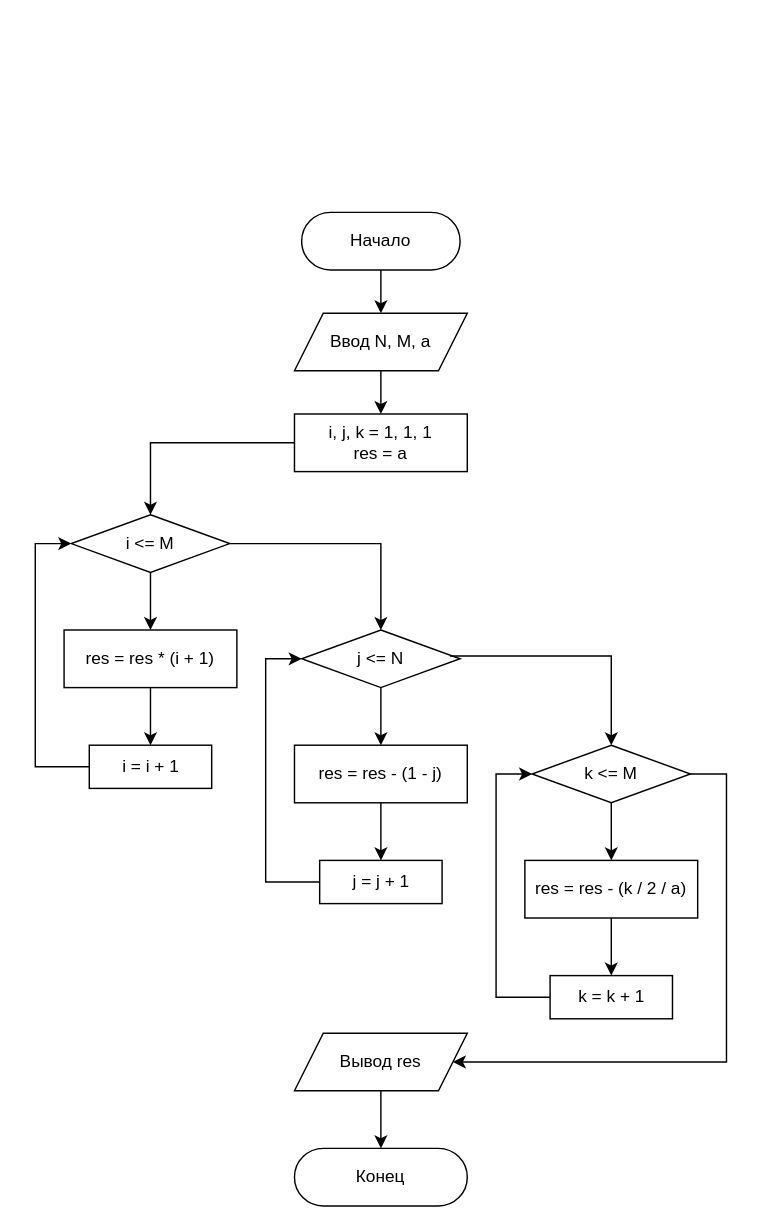
The draw.io diagram Semester-2/Программирование (15)/Отчёты/3.1-for.drawio in JustyDev/University, before the edit. Source tidied: cells renumbered, new cells numbered last; positions are measured from the earlier drawing's top-left corner, leaving out a move shared by most shapes. Both pictures are drawn from the tidied source at 144%, with x=0, y=0 at pixel (35, 212).
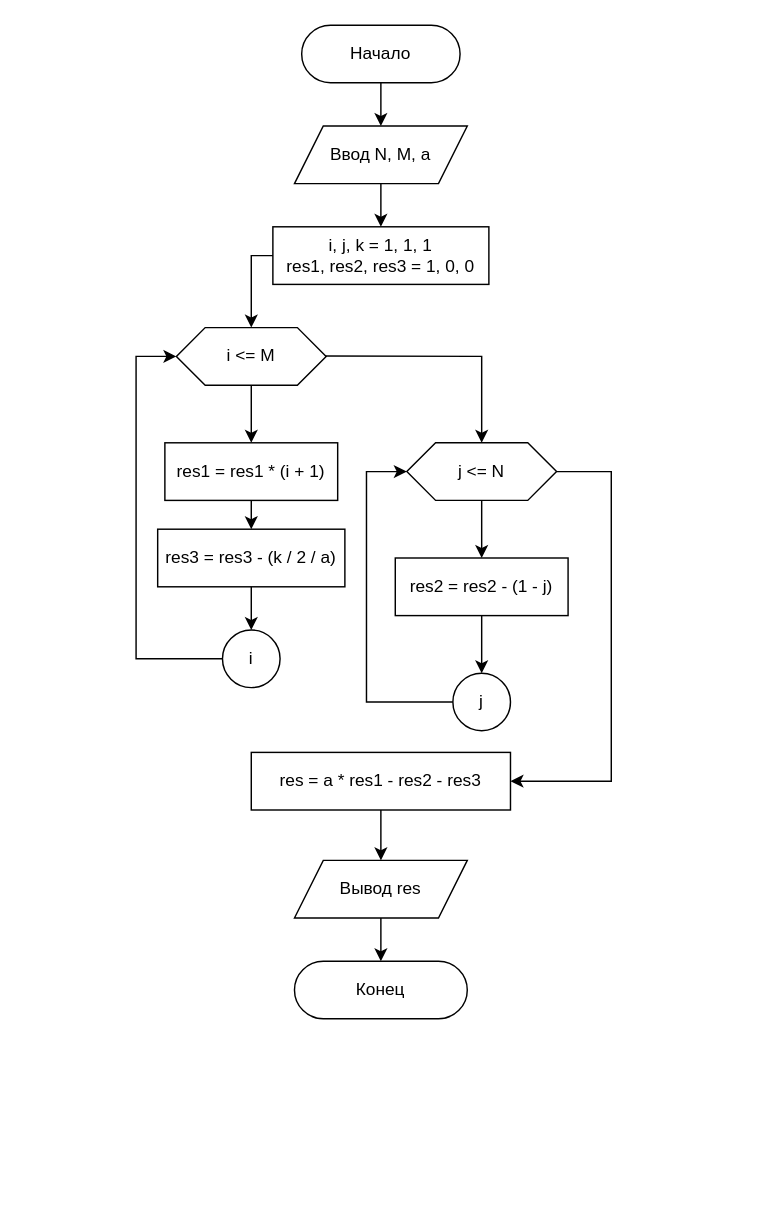
The same page after the edit.

Diff of the diagram source:
```diff
@@
     <mxCell id="2" value="Начало" style="rounded=1;whiteSpace=wrap;html=1;arcSize=50;" parent="1" vertex="1">
-      <mxGeometry x="185" width="110" height="40" as="geometry" />
+      <mxGeometry x="185" y="-130" width="110" height="40" as="geometry" />
     </mxCell>
     <mxCell id="3" value="Ввод N, M, a" style="shape=parallelogram;perimeter=parallelogramPerimeter;whiteSpace=wrap;html=1;fixedSize=1;" parent="1" vertex="1">
-      <mxGeometry x="180" y="70" width="120" height="40" as="geometry" />
+      <mxGeometry x="180" y="-60" width="120" height="40" as="geometry" />
     </mxCell>
+    <mxCell id="32" style="endArrow=classic;html=1;rounded=0;exitX=0.5;exitY=1;exitDx=0;exitDy=0;entryX=0.5;entryY=0;entryDx=0;entryDy=0;" parent="1" edge="1" target="34">
+      <mxGeometry relative="1" as="geometry">
+        <mxPoint x="150" y="120" as="sourcePoint" />
+      </mxGeometry>
+    </mxCell>
+    <mxCell id="33" value="i, j, k = 1, 1, 1&lt;div&gt;res1, res2, res3 = 1, 0, 0&lt;/div&gt;" style="rounded=0;whiteSpace=wrap;html=1;" parent="1" vertex="1">
+      <mxGeometry x="165" y="10" width="150" height="40" as="geometry" />
+    </mxCell>
+    <mxCell id="34" value="res1 = res1 * (i + 1)" style="rounded=0;whiteSpace=wrap;html=1;" parent="1" vertex="1">
+      <mxGeometry x="90" y="160" width="120" height="40" as="geometry" />
+    </mxCell>
+    <mxCell id="35" style="endArrow=classic;html=1;rounded=0;exitX=0.5;exitY=1;exitDx=0;exitDy=0;" parent="1" edge="1" source="34">
+      <mxGeometry relative="1" as="geometry">
+        <mxPoint x="150" y="220" as="targetPoint" />
+      </mxGeometry>
+    </mxCell>
+    <mxCell id="36" style="endArrow=classic;html=1;rounded=0;exitX=0;exitY=0.5;exitDx=0;exitDy=0;entryX=0;entryY=0.5;entryDx=0;entryDy=0;" parent="1" edge="1" source="44" target="4">
+      <mxGeometry relative="1" as="geometry">
+        <Array as="points">
+          <mxPoint x="70" y="310" />
+          <mxPoint x="70" y="100" />
+        </Array>
+      </mxGeometry>
+    </mxCell>
+    <mxCell id="11" style="endArrow=classic;html=1;rounded=0;exitX=0.5;exitY=1;exitDx=0;exitDy=0;entryX=0.5;entryY=0;entryDx=0;entryDy=0;" parent="1" edge="1" source="2" target="3">
+      <mxGeometry relative="1" as="geometry" />
+    </mxCell>
+    <mxCell id="37" style="endArrow=classic;html=1;rounded=0;exitX=0.5;exitY=1;exitDx=0;exitDy=0;entryX=0.5;entryY=0;entryDx=0;entryDy=0;" parent="1" edge="1" source="3" target="33">
+      <mxGeometry relative="1" as="geometry" />
+    </mxCell>
+    <mxCell id="38" style="endArrow=classic;html=1;rounded=0;exitX=0;exitY=0.5;exitDx=0;exitDy=0;entryX=0.5;entryY=0;entryDx=0;entryDy=0;" parent="1" edge="1" source="33" target="4">
+      <mxGeometry relative="1" as="geometry">
+        <Array as="points">
+          <mxPoint x="150" y="30" />
+        </Array>
+      </mxGeometry>
+    </mxCell>
+    <mxCell id="39" style="endArrow=classic;html=1;rounded=0;exitX=0.5;exitY=1;exitDx=0;exitDy=0;entryX=0.5;entryY=0;entryDx=0;entryDy=0;" parent="1" edge="1" target="40">
+      <mxGeometry relative="1" as="geometry">
+        <mxPoint x="310" y="200" as="sourcePoint" />
+      </mxGeometry>
+    </mxCell>
+    <mxCell id="40" value="res2 = res2 - (1 - j)" style="rounded=0;whiteSpace=wrap;html=1;" parent="1" vertex="1">
+      <mxGeometry x="250" y="240" width="120" height="40" as="geometry" />
+    </mxCell>
+    <mxCell id="41" style="endArrow=classic;html=1;rounded=0;exitX=0.986;exitY=0.492;exitDx=0;exitDy=0;entryX=0.5;entryY=0;entryDx=0;entryDy=0;exitPerimeter=0;" parent="1" edge="1" source="4">
+      <mxGeometry relative="1" as="geometry">
+        <mxPoint x="310" y="160" as="targetPoint" />
+        <Array as="points">
+          <mxPoint x="310" y="100" />
+        </Array>
+      </mxGeometry>
+    </mxCell>
+    <mxCell id="42" style="endArrow=classic;html=1;rounded=0;exitX=1;exitY=0.5;exitDx=0;exitDy=0;entryX=1;entryY=0.5;entryDx=0;entryDy=0;" parent="1" edge="1" source="14" target="50">
+      <mxGeometry relative="1" as="geometry">
+        <Array as="points">
+          <mxPoint x="400" y="180" />
+          <mxPoint x="400" y="395" />
+        </Array>
+      </mxGeometry>
+    </mxCell>
+    <mxCell id="29" value="Вывод res" style="shape=parallelogram;perimeter=parallelogramPerimeter;whiteSpace=wrap;html=1;fixedSize=1;" parent="1" vertex="1">
+      <mxGeometry x="180" y="450" width="120" height="40" as="geometry" />
+    </mxCell>
+    <mxCell id="43" style="endArrow=classic;html=1;rounded=0;exitX=0.5;exitY=1;exitDx=0;exitDy=0;" parent="1" edge="1" source="29">
+      <mxGeometry relative="1" as="geometry">
+        <mxPoint x="240" y="520" as="targetPoint" />
+      </mxGeometry>
+    </mxCell>
+    <mxCell id="31" value="Конец" style="rounded=1;whiteSpace=wrap;html=1;arcSize=50;" parent="1" vertex="1">
+      <mxGeometry x="180" y="520" width="120" height="40" as="geometry" />
+    </mxCell>
+    <mxCell id="44" value="i" style="ellipse;whiteSpace=wrap;html=1;" parent="1" vertex="1">
+      <mxGeometry x="130" y="290" width="40" height="40" as="geometry" />
+    </mxCell>
+    <mxCell id="45" style="endArrow=classic;html=1;rounded=0;exitX=0.5;exitY=1;exitDx=0;exitDy=0;" parent="1" edge="1">
+      <mxGeometry relative="1" as="geometry">
+        <mxPoint x="310" y="280" as="sourcePoint" />
+        <mxPoint x="310" y="320" as="targetPoint" />
+      </mxGeometry>
+    </mxCell>
+    <mxCell id="46" style="endArrow=classic;html=1;rounded=0;exitX=0;exitY=0.5;exitDx=0;exitDy=0;entryX=0;entryY=0.5;entryDx=0;entryDy=0;" parent="1" edge="1" source="47" target="14">
+      <mxGeometry relative="1" as="geometry">
+        <Array as="points">
+          <mxPoint x="230" y="340" />
+          <mxPoint x="230" y="180" />
+        </Array>
+      </mxGeometry>
+    </mxCell>
+    <mxCell id="47" value="j" style="ellipse;whiteSpace=wrap;html=1;" parent="1" vertex="1">
+      <mxGeometry x="290" y="320" width="40" height="40" as="geometry" />
+    </mxCell>
-    <mxCell id="4" value="i &amp;lt;= M" style="rhombus;whiteSpace=wrap;html=1;" parent="1" vertex="1">
-      <mxGeometry x="25" y="210" width="110" height="40" as="geometry" />
+    <mxCell id="4" value="i &amp;lt;= M" style="shape=hexagon;perimeter=hexagonPerimeter2;whiteSpace=wrap;html=1;fixedSize=1;" parent="1" vertex="1">
+      <mxGeometry x="98" y="80" width="104" height="40" as="geometry" />
     </mxCell>
-    <mxCell id="5" style="endArrow=classic;html=1;rounded=0;exitX=0.5;exitY=1;exitDx=0;exitDy=0;entryX=0.5;entryY=0;entryDx=0;entryDy=0;" parent="1" edge="1" source="4" target="7">
-      <mxGeometry relative="1" as="geometry" />
-    </mxCell>
-    <mxCell id="6" value="i, j, k = 1, 1, 1&lt;div&gt;res = a&lt;/div&gt;" style="rounded=0;whiteSpace=wrap;html=1;" parent="1" vertex="1">
-      <mxGeometry x="180" y="140" width="120" height="40" as="geometry" />
-    </mxCell>
-    <mxCell id="7" value="res = res * (i + 1)" style="rounded=0;whiteSpace=wrap;html=1;" parent="1" vertex="1">
-      <mxGeometry x="20" y="290" width="120" height="40" as="geometry" />
-    </mxCell>
-    <mxCell id="8" value="i = i + 1" style="rounded=0;whiteSpace=wrap;html=1;" parent="1" vertex="1">
-      <mxGeometry x="37.5" y="370" width="85" height="30" as="geometry" />
-    </mxCell>
-    <mxCell id="9" style="endArrow=classic;html=1;rounded=0;exitX=0.5;exitY=1;exitDx=0;exitDy=0;" parent="1" edge="1" source="7" target="8">
-      <mxGeometry relative="1" as="geometry" />
-    </mxCell>
-    <mxCell id="10" style="endArrow=classic;html=1;rounded=0;exitX=0;exitY=0.5;exitDx=0;exitDy=0;entryX=0;entryY=0.5;entryDx=0;entryDy=0;" parent="1" edge="1" source="8" target="4">
-      <mxGeometry relative="1" as="geometry">
-        <Array as="points">
-          <mxPoint y="385" />
-          <mxPoint y="230" />
-        </Array>
-      </mxGeometry>
-    </mxCell>
-    <mxCell id="11" style="endArrow=classic;html=1;rounded=0;exitX=0.5;exitY=1;exitDx=0;exitDy=0;entryX=0.5;entryY=0;entryDx=0;entryDy=0;" parent="1" edge="1" source="2" target="3">
-      <mxGeometry relative="1" as="geometry" />
-    </mxCell>
-    <mxCell id="12" style="endArrow=classic;html=1;rounded=0;exitX=0.5;exitY=1;exitDx=0;exitDy=0;entryX=0.5;entryY=0;entryDx=0;entryDy=0;" parent="1" edge="1" source="3" target="6">
-      <mxGeometry relative="1" as="geometry" />
-    </mxCell>
-    <mxCell id="13" style="endArrow=classic;html=1;rounded=0;exitX=0;exitY=0.5;exitDx=0;exitDy=0;entryX=0.5;entryY=0;entryDx=0;entryDy=0;" parent="1" edge="1" source="6" target="4">
-      <mxGeometry relative="1" as="geometry">
-        <Array as="points">
-          <mxPoint x="80" y="160" />
-        </Array>
-      </mxGeometry>
-    </mxCell>
-    <mxCell id="14" value="j &amp;lt;= N" style="rhombus;whiteSpace=wrap;html=1;" parent="1" vertex="1">
-      <mxGeometry x="185" y="290" width="110" height="40" as="geometry" />
+    <mxCell id="14" value="j &amp;lt;= N" style="shape=hexagon;perimeter=hexagonPerimeter2;whiteSpace=wrap;html=1;fixedSize=1;" parent="1" vertex="1">
+      <mxGeometry x="258" y="160" width="104" height="40" as="geometry" />
     </mxCell>
-    <mxCell id="15" style="endArrow=classic;html=1;rounded=0;exitX=0.5;exitY=1;exitDx=0;exitDy=0;entryX=0.5;entryY=0;entryDx=0;entryDy=0;" parent="1" edge="1" source="14" target="16">
-      <mxGeometry relative="1" as="geometry" />
-    </mxCell>
-    <mxCell id="16" value="res = res - (1 - j)" style="rounded=0;whiteSpace=wrap;html=1;" parent="1" vertex="1">
-      <mxGeometry x="180" y="370" width="120" height="40" as="geometry" />
-    </mxCell>
-    <mxCell id="17" value="j = j&lt;span style=&quot;background-color: initial;&quot;&gt;&amp;nbsp;+ 1&lt;/span&gt;" style="rounded=0;whiteSpace=wrap;html=1;" parent="1" vertex="1">
-      <mxGeometry x="197.5" y="450" width="85" height="30" as="geometry" />
-    </mxCell>
-    <mxCell id="18" style="endArrow=classic;html=1;rounded=0;exitX=0.5;exitY=1;exitDx=0;exitDy=0;" parent="1" edge="1" source="16" target="17">
-      <mxGeometry relative="1" as="geometry" />
-    </mxCell>
-    <mxCell id="19" style="endArrow=classic;html=1;rounded=0;exitX=0;exitY=0.5;exitDx=0;exitDy=0;entryX=0;entryY=0.5;entryDx=0;entryDy=0;" parent="1" edge="1" source="17" target="14">
-      <mxGeometry relative="1" as="geometry">
-        <Array as="points">
-          <mxPoint x="160" y="465" />
-          <mxPoint x="160" y="310" />
-        </Array>
-      </mxGeometry>
-    </mxCell>
-    <mxCell id="20" style="endArrow=classic;html=1;rounded=0;exitX=1;exitY=0.5;exitDx=0;exitDy=0;entryX=0.5;entryY=0;entryDx=0;entryDy=0;" parent="1" edge="1" source="4" target="14">
-      <mxGeometry relative="1" as="geometry">
-        <Array as="points">
-          <mxPoint x="240" y="230" />
-        </Array>
-      </mxGeometry>
-    </mxCell>
-    <mxCell id="21" value="k &amp;lt;= M" style="rhombus;whiteSpace=wrap;html=1;" parent="1" vertex="1">
-      <mxGeometry x="345" y="370" width="110" height="40" as="geometry" />
-    </mxCell>
-    <mxCell id="22" style="endArrow=classic;html=1;rounded=0;exitX=0.5;exitY=1;exitDx=0;exitDy=0;entryX=0.5;entryY=0;entryDx=0;entryDy=0;" parent="1" edge="1" source="21" target="23">
-      <mxGeometry relative="1" as="geometry" />
-    </mxCell>
-    <mxCell id="23" value="res = res - (k / 2 / a)" style="rounded=0;whiteSpace=wrap;html=1;" parent="1" vertex="1">
-      <mxGeometry x="340" y="450" width="120" height="40" as="geometry" />
-    </mxCell>
-    <mxCell id="24" value="k = k + 1" style="rounded=0;whiteSpace=wrap;html=1;" parent="1" vertex="1">
-      <mxGeometry x="357.5" y="530" width="85" height="30" as="geometry" />
-    </mxCell>
-    <mxCell id="25" style="endArrow=classic;html=1;rounded=0;exitX=0.5;exitY=1;exitDx=0;exitDy=0;" parent="1" edge="1" source="23" target="24">
-      <mxGeometry relative="1" as="geometry" />
-    </mxCell>
-    <mxCell id="26" style="endArrow=classic;html=1;rounded=0;exitX=0;exitY=0.5;exitDx=0;exitDy=0;entryX=0;entryY=0.5;entryDx=0;entryDy=0;" parent="1" edge="1" source="24" target="21">
-      <mxGeometry relative="1" as="geometry">
-        <Array as="points">
-          <mxPoint x="320" y="545" />
-          <mxPoint x="320" y="390" />
-        </Array>
-      </mxGeometry>
-    </mxCell>
-    <mxCell id="27" style="endArrow=classic;html=1;rounded=0;exitX=0.936;exitY=0.45;exitDx=0;exitDy=0;exitPerimeter=0;entryX=0.5;entryY=0;entryDx=0;entryDy=0;" parent="1" edge="1" source="14" target="21">
-      <mxGeometry relative="1" as="geometry">
-        <Array as="points">
-          <mxPoint x="400" y="308" />
-        </Array>
-      </mxGeometry>
-    </mxCell>
-    <mxCell id="28" style="endArrow=classic;html=1;rounded=0;exitX=1;exitY=0.5;exitDx=0;exitDy=0;" parent="1" edge="1" source="21" target="29">
-      <mxGeometry relative="1" as="geometry">
-        <Array as="points">
-          <mxPoint x="480" y="390" />
-          <mxPoint x="480" y="590" />
-        </Array>
-      </mxGeometry>
-    </mxCell>
-    <mxCell id="29" value="Вывод res" style="shape=parallelogram;perimeter=parallelogramPerimeter;whiteSpace=wrap;html=1;fixedSize=1;" parent="1" vertex="1">
-      <mxGeometry x="180" y="570" width="120" height="40" as="geometry" />
-    </mxCell>
-    <mxCell id="30" style="endArrow=classic;html=1;rounded=0;exitX=0.5;exitY=1;exitDx=0;exitDy=0;" parent="1" edge="1" source="29">
-      <mxGeometry relative="1" as="geometry">
-        <mxPoint x="240" y="650" as="targetPoint" />
-      </mxGeometry>
-    </mxCell>
-    <mxCell id="31" value="Конец" style="rounded=1;whiteSpace=wrap;html=1;arcSize=50;" parent="1" vertex="1">
-      <mxGeometry x="180" y="650" width="120" height="40" as="geometry" />
-    </mxCell>
+    <mxCell id="48" value="res3 = res3 - (k / 2 / a)" style="rounded=0;whiteSpace=wrap;html=1;" parent="1" vertex="1">
+      <mxGeometry x="85" y="220" width="130" height="40" as="geometry" />
+    </mxCell>
+    <mxCell id="49" style="endArrow=classic;html=1;rounded=0;exitX=0.5;exitY=1;exitDx=0;exitDy=0;" parent="1" edge="1" source="48" target="44">
+      <mxGeometry relative="1" as="geometry" />
+    </mxCell>
+    <mxCell id="50" value="res = a * res1 - res2 - res3" style="rounded=0;whiteSpace=wrap;html=1;" parent="1" vertex="1">
+      <mxGeometry x="150" y="375" width="180" height="40" as="geometry" />
+    </mxCell>
+    <mxCell id="51" style="endArrow=classic;html=1;rounded=0;exitX=0.5;exitY=1;exitDx=0;exitDy=0;entryX=0.5;entryY=0;entryDx=0;entryDy=0;" parent="1" edge="1" source="50" target="29">
+      <mxGeometry relative="1" as="geometry" />
+    </mxCell>
```
